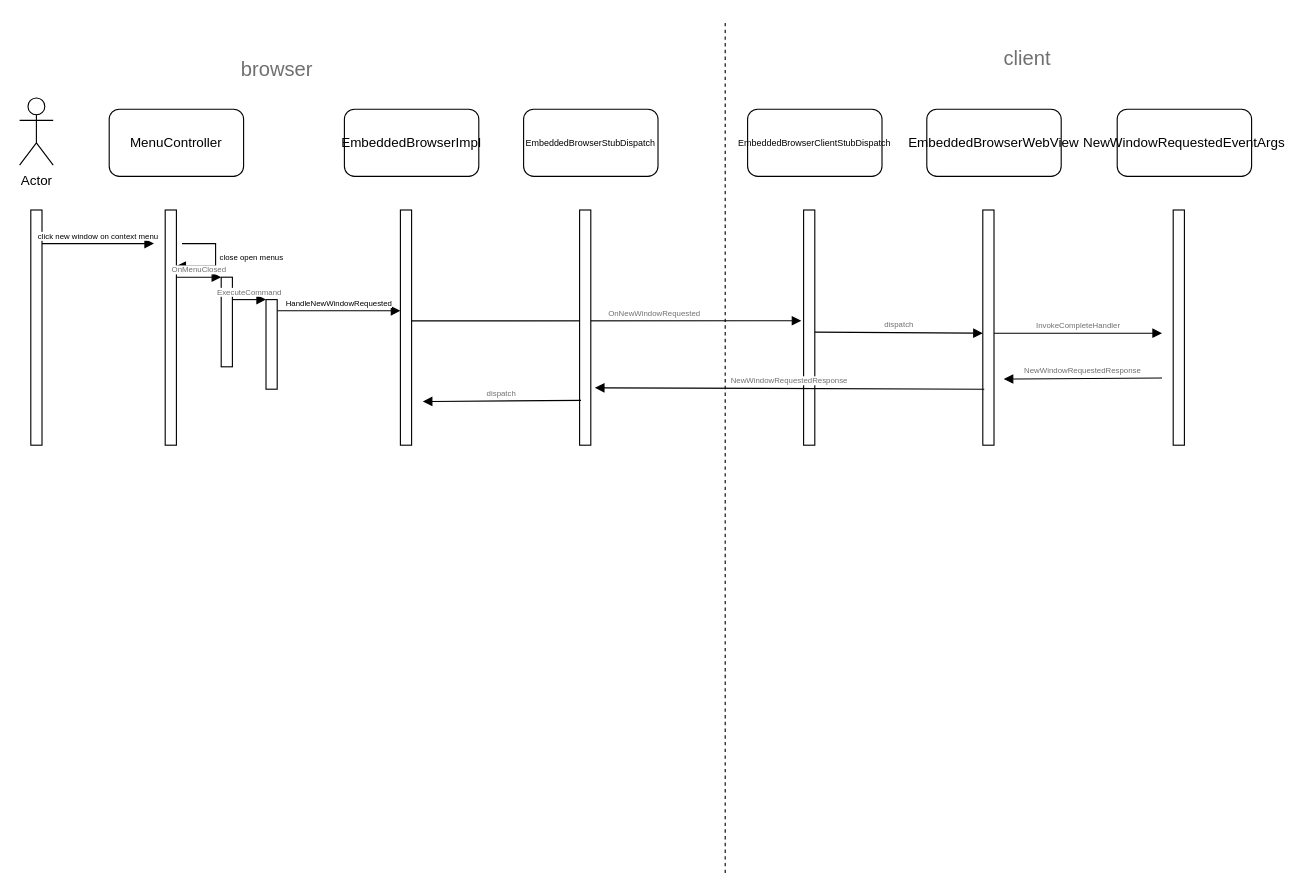
nanaliulei/studyPlan keeps this draw.io diagram as Untitled Diagram.drawio. Above is the earlier version. Source tidied: cells renumbered, new cells numbered last; positions are measured from the earlier drawing's top-left corner, leaving out a move shared by most shapes. Both pictures are drawn from the tidied source at 112%, with x=0, y=0 at pixel (19, 19).
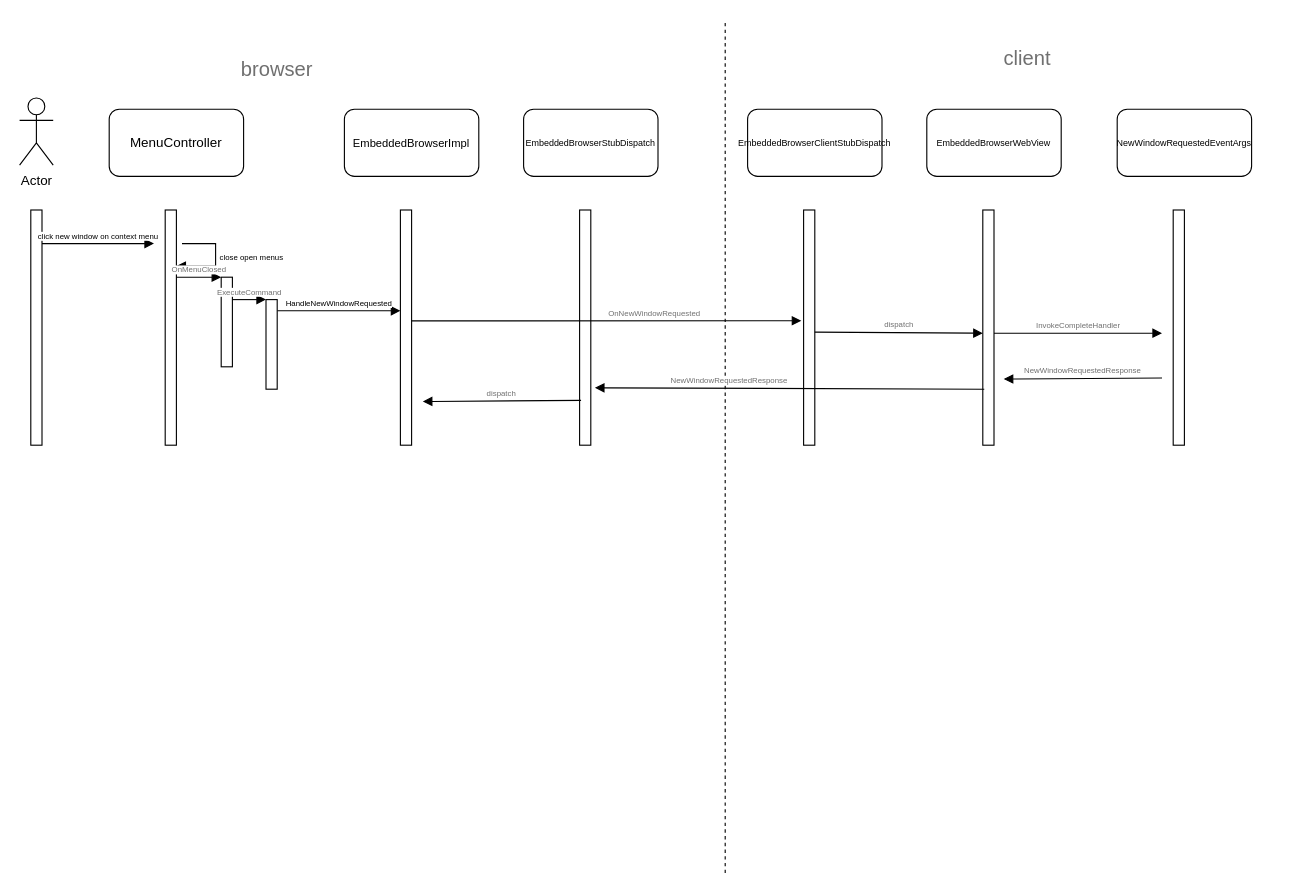
Above is the later version.

Unchanged cells that the change refers to:
```xml
<mxCell id="15" style="html=1;points=[];perimeter=orthogonalPerimeter;" parent="1" vertex="1">
  <mxGeometry x="700" y="170" width="10" height="210" as="geometry" />
</mxCell>
<mxCell id="28" style="html=1;points=[];perimeter=orthogonalPerimeter;" parent="1" vertex="1">
  <mxGeometry x="500" y="170" width="10" height="210" as="geometry" />
</mxCell>
```

The edit, as a diff of the source:
```diff
@@
-    <mxCell id="7" value="EmbeddedBrowserImpl" style="rounded=1;whiteSpace=wrap;html=1;" parent="1" vertex="1">
+    <mxCell id="7" value="EmbeddedBrowserImpl" style="rounded=1;whiteSpace=wrap;html=1;fontSize=10;" parent="1" vertex="1">
       <mxGeometry x="290" y="80" width="120" height="60" as="geometry" />
     </mxCell>
@@
-    <mxCell id="20" value="OnNewWindowRequested" style="html=1;verticalAlign=bottom;endArrow=block;rounded=0;fontSize=7;fontColor=#707070;entryX=-0.2;entryY=0.471;entryDx=0;entryDy=0;entryPerimeter=0;align=left;" parent="1" edge="1" target="15">
-      <mxGeometry relative="1" as="geometry">
-        <mxPoint x="350" y="269" as="sourcePoint" />
-      </mxGeometry>
-    </mxCell>
@@
-    <mxCell id="22" value="EmbeddedBrowserWebView" style="rounded=1;whiteSpace=wrap;html=1;" parent="1" vertex="1">
+    <mxCell id="22" value="EmbeddedBrowserWebView" style="rounded=1;whiteSpace=wrap;html=1;fontSize=8;" parent="1" vertex="1">
       <mxGeometry x="810" y="80" width="120" height="60" as="geometry" />
     </mxCell>
@@
-    <mxCell id="25" value="NewWindowRequestedEventArgs" style="rounded=1;whiteSpace=wrap;html=1;" parent="1" vertex="1">
+    <mxCell id="25" value="NewWindowRequestedEventArgs" style="rounded=1;whiteSpace=wrap;html=1;fontSize=8;" parent="1" vertex="1">
       <mxGeometry x="980" y="80" width="120" height="60" as="geometry" />
     </mxCell>
@@
-    <mxCell id="30" value="NewWindowRequestedResponse" style="html=1;verticalAlign=bottom;endArrow=block;rounded=0;fontSize=7;fontColor=#707070;entryX=1.367;entryY=0.756;entryDx=0;entryDy=0;entryPerimeter=0;" parent="1" edge="1" target="28">
+    <mxCell id="30" value="NewWindowRequestedResponse" style="html=1;verticalAlign=bottom;endArrow=block;rounded=0;fontSize=7;fontColor=#707070;entryX=1.367;entryY=0.756;entryDx=0;entryDy=0;entryPerimeter=0;align=right;" parent="1" edge="1" target="28">
       <mxGeometry relative="1" as="geometry">
         <mxPoint x="861.3" y="330" as="sourcePoint" />
       </mxGeometry>
     </mxCell>
@@
+    <mxCell id="20" value="OnNewWindowRequested" style="html=1;verticalAlign=bottom;endArrow=block;rounded=0;fontSize=7;fontColor=#707070;entryX=-0.2;entryY=0.471;entryDx=0;entryDy=0;entryPerimeter=0;align=left;" parent="1" edge="1" target="15">
+      <mxGeometry relative="1" as="geometry">
+        <mxPoint x="350" y="269" as="sourcePoint" />
+      </mxGeometry>
+    </mxCell>
```
